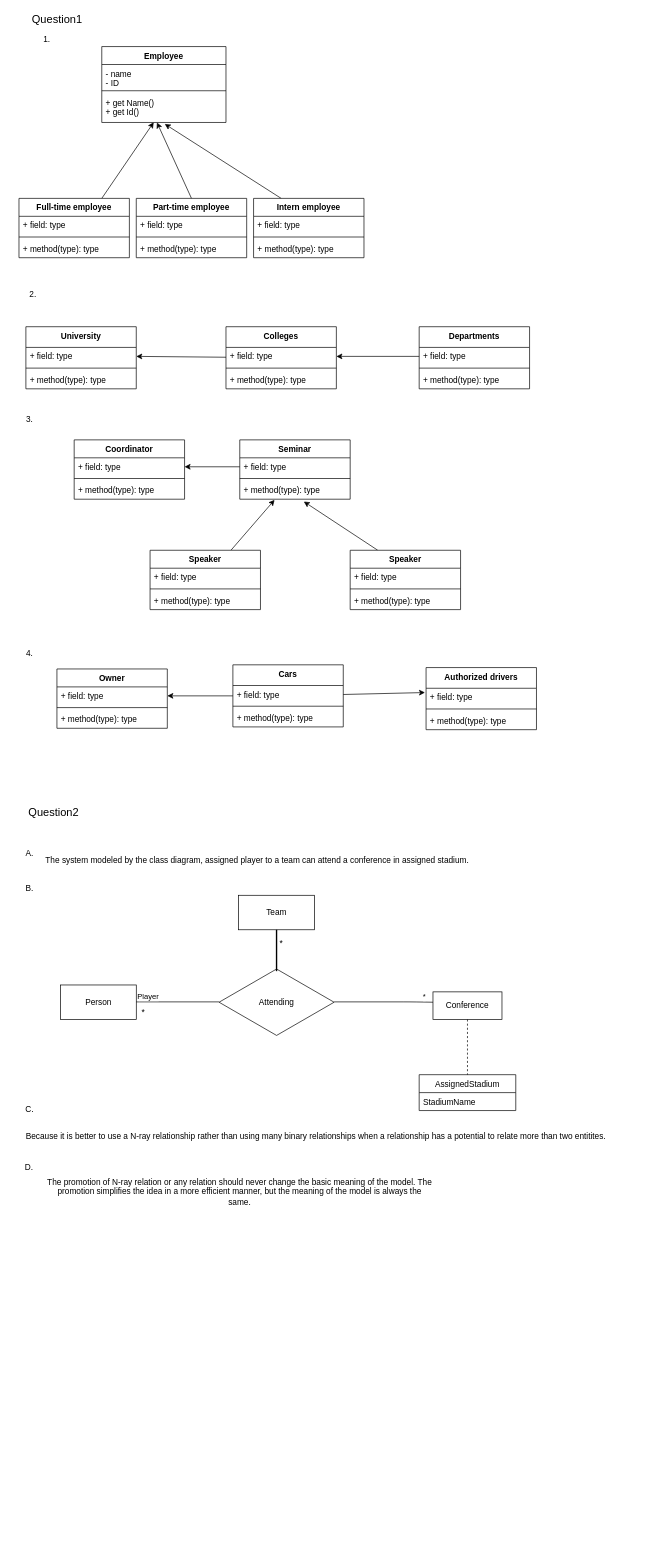
This is Yuhao/Untitled Diagram.drawio from 1kzpro/international, a draw.io file, before an edit. Source tidied: cells renumbered, new cells numbered last; positions are measured from the earlier drawing's top-left corner, leaving out a move shared by most shapes. Both pictures are drawn from the tidied source at 69%, with x=0, y=0 at pixel (12, 12).
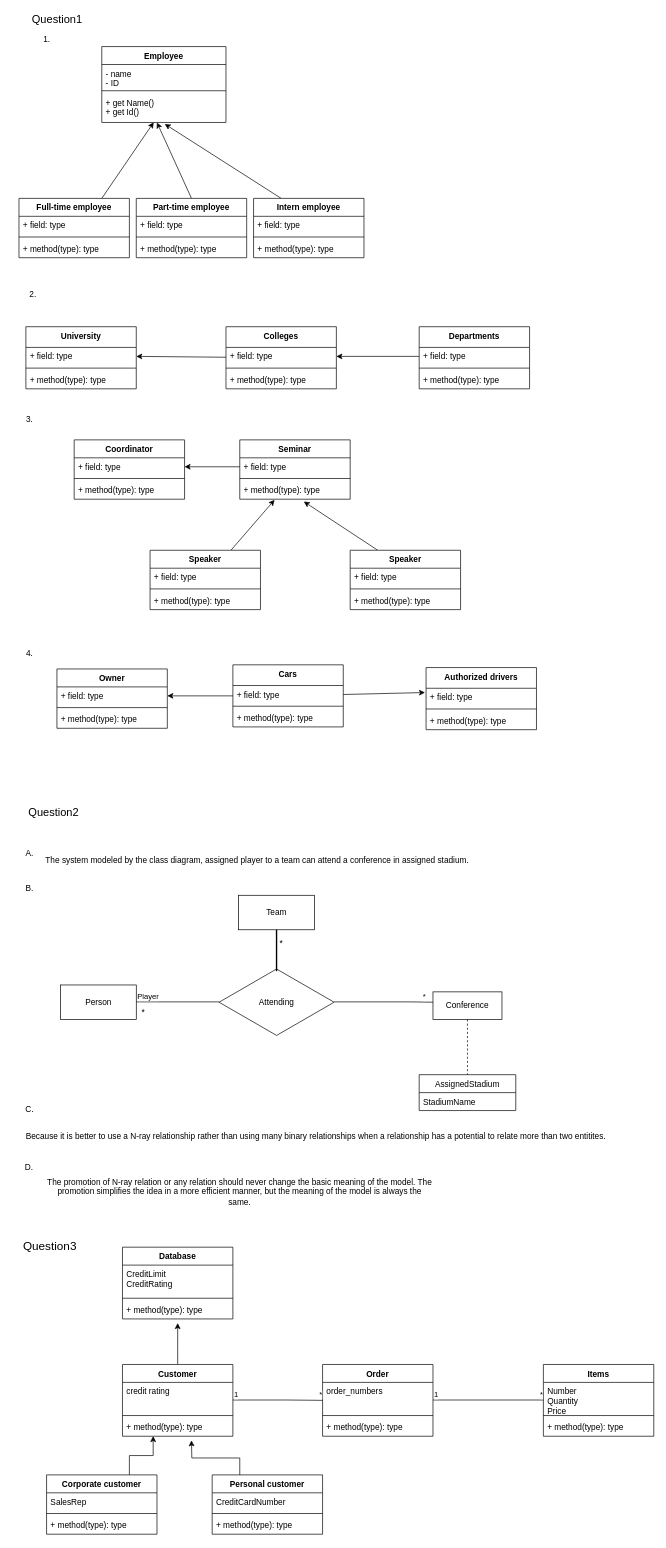
After the change.

The edit, as a diff of the source:
```diff
@@
+    <mxCell id="95" value="&lt;font style=&quot;font-size: 17px&quot;&gt;Question3&lt;/font&gt;" style="text;html=1;strokeColor=none;fillColor=none;align=center;verticalAlign=middle;whiteSpace=wrap;rounded=0;" parent="1" vertex="1">
+      <mxGeometry x="20" y="1780" width="70" height="20" as="geometry" />
+    </mxCell>
+    <mxCell id="96" value="Order" style="swimlane;fontStyle=1;align=center;verticalAlign=top;horizontal=1;startSize=26;" parent="1" vertex="1">
+      <mxGeometry x="450" y="1960" width="160" height="104" as="geometry" />
+    </mxCell>
+    <mxCell id="97" value="order_numbers" style="text;strokeColor=none;fillColor=none;align=left;verticalAlign=top;spacingLeft=4;spacingRight=4;overflow=hidden;" parent="96" vertex="1">
+      <mxGeometry y="26" width="160" height="44" as="geometry" />
+    </mxCell>
+    <mxCell id="98" style="line;strokeWidth=1;fillColor=none;align=left;verticalAlign=middle;spacingTop=-1;spacingLeft=3;spacingRight=3;labelPosition=right;" parent="96" vertex="1">
+      <mxGeometry y="70" width="160" height="8" as="geometry" />
+    </mxCell>
+    <mxCell id="99" value="+ method(type): type" style="text;strokeColor=none;fillColor=none;align=left;verticalAlign=top;spacingLeft=4;spacingRight=4;overflow=hidden;" parent="96" vertex="1">
+      <mxGeometry y="78" width="160" height="26" as="geometry" />
+    </mxCell>
+    <mxCell id="100" value="Items" style="swimlane;fontStyle=1;align=center;verticalAlign=top;horizontal=1;startSize=26;" parent="1" vertex="1">
+      <mxGeometry x="770" y="1960" width="160" height="104" as="geometry" />
+    </mxCell>
+    <mxCell id="101" value="Number&#10;Quantity&#10;Price" style="text;strokeColor=none;fillColor=none;align=left;verticalAlign=top;spacingLeft=4;spacingRight=4;overflow=hidden;" parent="100" vertex="1">
+      <mxGeometry y="26" width="160" height="44" as="geometry" />
+    </mxCell>
+    <mxCell id="102" style="line;strokeWidth=1;fillColor=none;align=left;verticalAlign=middle;spacingTop=-1;spacingLeft=3;spacingRight=3;labelPosition=right;" parent="100" vertex="1">
+      <mxGeometry y="70" width="160" height="8" as="geometry" />
+    </mxCell>
+    <mxCell id="103" value="+ method(type): type" style="text;strokeColor=none;fillColor=none;align=left;verticalAlign=top;spacingLeft=4;spacingRight=4;overflow=hidden;" parent="100" vertex="1">
+      <mxGeometry y="78" width="160" height="26" as="geometry" />
+    </mxCell>
+    <mxCell id="104" style="edgeStyle=orthogonalEdgeStyle;rounded=0;jettySize=auto;html=1;exitX=0.5;exitY=0;exitDx=0;exitDy=0;" parent="1" edge="1" source="105">
+      <mxGeometry relative="1" as="geometry">
+        <mxPoint x="240" y="1900" as="targetPoint" />
+      </mxGeometry>
+    </mxCell>
+    <mxCell id="105" value="Customer" style="swimlane;fontStyle=1;align=center;verticalAlign=top;horizontal=1;startSize=26;" parent="1" vertex="1">
+      <mxGeometry x="160" y="1960" width="160" height="104" as="geometry" />
+    </mxCell>
+    <mxCell id="106" value="credit rating&#10;" style="text;strokeColor=none;fillColor=none;align=left;verticalAlign=top;spacingLeft=4;spacingRight=4;overflow=hidden;" parent="105" vertex="1">
+      <mxGeometry y="26" width="160" height="44" as="geometry" />
+    </mxCell>
+    <mxCell id="107" style="line;strokeWidth=1;fillColor=none;align=left;verticalAlign=middle;spacingTop=-1;spacingLeft=3;spacingRight=3;labelPosition=right;" parent="105" vertex="1">
+      <mxGeometry y="70" width="160" height="8" as="geometry" />
+    </mxCell>
+    <mxCell id="108" value="+ method(type): type" style="text;strokeColor=none;fillColor=none;align=left;verticalAlign=top;spacingLeft=4;spacingRight=4;overflow=hidden;points=[[0,0.5],[1,0.5]];portConstraint=eastwest;" parent="105" vertex="1">
+      <mxGeometry y="78" width="160" height="26" as="geometry" />
+    </mxCell>
+    <mxCell id="109" style="edgeStyle=orthogonalEdgeStyle;rounded=0;jettySize=auto;html=1;exitX=0.75;exitY=0;exitDx=0;exitDy=0;entryX=0.278;entryY=0.992;entryDx=0;entryDy=0;entryPerimeter=0;" parent="1" edge="1" source="110" target="108">
+      <mxGeometry relative="1" as="geometry" />
+    </mxCell>
+    <mxCell id="110" value="Corporate customer" style="swimlane;fontStyle=1;align=center;verticalAlign=top;horizontal=1;startSize=26;" parent="1" vertex="1">
+      <mxGeometry x="50" y="2120" width="160" height="86" as="geometry" />
+    </mxCell>
+    <mxCell id="111" value="SalesRep" style="text;strokeColor=none;fillColor=none;align=left;verticalAlign=top;spacingLeft=4;spacingRight=4;overflow=hidden;" parent="110" vertex="1">
+      <mxGeometry y="26" width="160" height="26" as="geometry" />
+    </mxCell>
+    <mxCell id="112" style="line;strokeWidth=1;fillColor=none;align=left;verticalAlign=middle;spacingTop=-1;spacingLeft=3;spacingRight=3;labelPosition=right;" parent="110" vertex="1">
+      <mxGeometry y="52" width="160" height="8" as="geometry" />
+    </mxCell>
+    <mxCell id="113" value="+ method(type): type" style="text;strokeColor=none;fillColor=none;align=left;verticalAlign=top;spacingLeft=4;spacingRight=4;overflow=hidden;" parent="110" vertex="1">
+      <mxGeometry y="60" width="160" height="26" as="geometry" />
+    </mxCell>
+    <mxCell id="114" style="edgeStyle=orthogonalEdgeStyle;rounded=0;jettySize=auto;html=1;exitX=0.25;exitY=0;exitDx=0;exitDy=0;" parent="1" edge="1" source="115">
+      <mxGeometry relative="1" as="geometry">
+        <mxPoint x="260" y="2070" as="targetPoint" />
+      </mxGeometry>
+    </mxCell>
+    <mxCell id="115" value="Personal customer" style="swimlane;fontStyle=1;align=center;verticalAlign=top;horizontal=1;startSize=26;" parent="1" vertex="1">
+      <mxGeometry x="290" y="2120" width="160" height="86" as="geometry" />
+    </mxCell>
+    <mxCell id="116" value="CreditCardNumber" style="text;strokeColor=none;fillColor=none;align=left;verticalAlign=top;spacingLeft=4;spacingRight=4;overflow=hidden;" parent="115" vertex="1">
+      <mxGeometry y="26" width="160" height="26" as="geometry" />
+    </mxCell>
+    <mxCell id="117" style="line;strokeWidth=1;fillColor=none;align=left;verticalAlign=middle;spacingTop=-1;spacingLeft=3;spacingRight=3;labelPosition=right;" parent="115" vertex="1">
+      <mxGeometry y="52" width="160" height="8" as="geometry" />
+    </mxCell>
+    <mxCell id="118" value="+ method(type): type" style="text;strokeColor=none;fillColor=none;align=left;verticalAlign=top;spacingLeft=4;spacingRight=4;overflow=hidden;" parent="115" vertex="1">
+      <mxGeometry y="60" width="160" height="26" as="geometry" />
+    </mxCell>
+    <mxCell id="119" value="Database" style="swimlane;fontStyle=1;align=center;verticalAlign=top;horizontal=1;startSize=26;" parent="1" vertex="1">
+      <mxGeometry x="160" y="1790" width="160" height="104" as="geometry" />
+    </mxCell>
+    <mxCell id="120" value="CreditLimit&#10;CreditRating" style="text;strokeColor=none;fillColor=none;align=left;verticalAlign=top;spacingLeft=4;spacingRight=4;overflow=hidden;" parent="119" vertex="1">
+      <mxGeometry y="26" width="160" height="44" as="geometry" />
+    </mxCell>
+    <mxCell id="121" style="line;strokeWidth=1;fillColor=none;align=left;verticalAlign=middle;spacingTop=-1;spacingLeft=3;spacingRight=3;labelPosition=right;" parent="119" vertex="1">
+      <mxGeometry y="70" width="160" height="8" as="geometry" />
+    </mxCell>
+    <mxCell id="122" value="+ method(type): type" style="text;strokeColor=none;fillColor=none;align=left;verticalAlign=top;spacingLeft=4;spacingRight=4;overflow=hidden;" parent="119" vertex="1">
+      <mxGeometry y="78" width="160" height="26" as="geometry" />
+    </mxCell>
+    <mxCell id="123" style="endArrow=none;html=1;edgeStyle=orthogonalEdgeStyle;" parent="1" edge="1">
+      <mxGeometry relative="1" as="geometry">
+        <mxPoint x="320" y="2011.5" as="sourcePoint" />
+        <mxPoint x="450" y="2012" as="targetPoint" />
+        <Array as="points">
+          <mxPoint x="400" y="2011.5" />
+          <mxPoint x="400" y="2011.5" />
+        </Array>
+      </mxGeometry>
+    </mxCell>
+    <mxCell id="124" value="1" style="edgeLabel;html=1;align=left;verticalAlign=bottom;" parent="123" vertex="1">
+      <mxGeometry x="-1" relative="1" as="geometry" />
+    </mxCell>
+    <mxCell id="125" value="*" style="edgeLabel;html=1;align=right;verticalAlign=bottom;" parent="123" vertex="1">
+      <mxGeometry x="1" relative="1" as="geometry" />
+    </mxCell>
+    <mxCell id="126" style="endArrow=none;html=1;edgeStyle=orthogonalEdgeStyle;" parent="1" edge="1">
+      <mxGeometry relative="1" as="geometry">
+        <mxPoint x="610" y="2011.5" as="sourcePoint" />
+        <mxPoint x="770" y="2011.5" as="targetPoint" />
+        <Array as="points">
+          <mxPoint x="740" y="2011.5" />
+          <mxPoint x="740" y="2011.5" />
+        </Array>
+      </mxGeometry>
+    </mxCell>
+    <mxCell id="127" value="1" style="edgeLabel;html=1;align=left;verticalAlign=bottom;" parent="126" vertex="1">
+      <mxGeometry x="-1" relative="1" as="geometry" />
+    </mxCell>
+    <mxCell id="128" value="*" style="edgeLabel;html=1;align=right;verticalAlign=bottom;" parent="126" vertex="1">
+      <mxGeometry x="1" relative="1" as="geometry" />
+    </mxCell>
```
